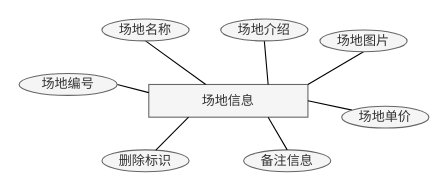
Earlier version of the draw.io diagram page "场地信息" (2 of 12) of 羽毛球er.drawio (194568/test1). Source tidied: cells renumbered, new cells numbered last; positions are measured from the earlier drawing's top-left corner, leaving out a move shared by most shapes. Both pictures are drawn from the tidied source at 109%, with x=0, y=0 at pixel (19, 19).
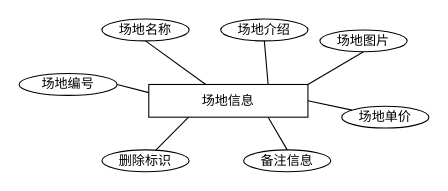
After the change.

Diff of the diagram source:
```diff
@@
 <mxGraphModel>
   <root>
     <mxCell id="0" />
     <mxCell id="1" parent="0" />
-    <mxCell id="2" value="场地信息" style="rounded=0;whiteSpace=wrap;html=1;fillColor=#f5f5f5;fontColor=#333333;strokeColor=#666666;" parent="1" vertex="1">
+    <mxCell id="2" value="场地信息" style="rounded=0;whiteSpace=wrap;html=1;" parent="1" vertex="1">
       <mxGeometry x="119" y="60" width="146" height="30" as="geometry" />
     </mxCell>
     <mxCell id="3" style="rounded=0;jettySize=auto;html=1;exitX=1;exitY=0.5;exitDx=0;exitDy=0;entryX=0;entryY=0.25;entryDx=0;entryDy=0;endArrow=none;endFill=0;" parent="1" edge="1" source="4" target="2">
       <mxGeometry relative="1" as="geometry" />
     </mxCell>
-    <mxCell id="4" value="场地编号" style="ellipse;whiteSpace=wrap;html=1;fillColor=#f5f5f5;fontColor=#333333;strokeColor=#666666;" parent="1" vertex="1">
+    <mxCell id="4" value="场地编号" style="ellipse;whiteSpace=wrap;html=1;" parent="1" vertex="1">
       <mxGeometry y="50" width="90" height="20" as="geometry" />
     </mxCell>
     <mxCell id="5" style="rounded=0;jettySize=auto;html=1;exitX=0.5;exitY=1;exitDx=0;exitDy=0;endArrow=none;endFill=0;" parent="1" edge="1" source="6" target="2">
       <mxGeometry relative="1" as="geometry" />
     </mxCell>
-    <mxCell id="6" value="场地名称" style="ellipse;whiteSpace=wrap;html=1;fillColor=#f5f5f5;fontColor=#333333;strokeColor=#666666;" parent="1" vertex="1">
+    <mxCell id="6" value="场地名称" style="ellipse;whiteSpace=wrap;html=1;" parent="1" vertex="1">
       <mxGeometry x="76" width="80" height="20" as="geometry" />
     </mxCell>
     <mxCell id="7" style="rounded=0;jettySize=auto;html=1;exitX=0.5;exitY=1;exitDx=0;exitDy=0;entryX=0.75;entryY=0;entryDx=0;entryDy=0;endArrow=none;endFill=0;" parent="1" edge="1" source="8" target="2">
       <mxGeometry relative="1" as="geometry" />
     </mxCell>
-    <mxCell id="8" value="场地介绍" style="ellipse;whiteSpace=wrap;html=1;fillColor=#f5f5f5;fontColor=#333333;strokeColor=#666666;" parent="1" vertex="1">
+    <mxCell id="8" value="场地介绍" style="ellipse;whiteSpace=wrap;html=1;" parent="1" vertex="1">
       <mxGeometry x="185" width="80" height="20" as="geometry" />
     </mxCell>
     <mxCell id="9" style="rounded=0;jettySize=auto;html=1;exitX=0.5;exitY=1;exitDx=0;exitDy=0;endArrow=none;endFill=0;entryX=1;entryY=0;entryDx=0;entryDy=0;" parent="1" edge="1" source="10" target="2">
       <mxGeometry relative="1" as="geometry" />
     </mxCell>
-    <mxCell id="10" value="场地图片" style="ellipse;whiteSpace=wrap;html=1;fillColor=#f5f5f5;fontColor=#333333;strokeColor=#666666;" parent="1" vertex="1">
+    <mxCell id="10" value="场地图片" style="ellipse;whiteSpace=wrap;html=1;" parent="1" vertex="1">
       <mxGeometry x="276" y="10" width="80" height="20" as="geometry" />
     </mxCell>
-    <mxCell id="11" value="备注信息" style="ellipse;whiteSpace=wrap;html=1;fillColor=#f5f5f5;fontColor=#333333;strokeColor=#666666;" parent="1" vertex="1">
+    <mxCell id="11" value="备注信息" style="ellipse;whiteSpace=wrap;html=1;" parent="1" vertex="1">
       <mxGeometry x="206" y="120" width="80" height="20" as="geometry" />
     </mxCell>
     <mxCell id="12" style="rounded=0;jettySize=auto;html=1;entryX=1;entryY=0.5;entryDx=0;entryDy=0;endArrow=none;endFill=0;" parent="1" edge="1" source="16" target="2">
       <mxGeometry relative="1" as="geometry" />
     </mxCell>
-    <mxCell id="13" value="删除标识" style="ellipse;whiteSpace=wrap;html=1;fillColor=#f5f5f5;fontColor=#333333;strokeColor=#666666;" parent="1" vertex="1">
+    <mxCell id="13" value="删除标识" style="ellipse;whiteSpace=wrap;html=1;" parent="1" vertex="1">
       <mxGeometry x="76" y="120" width="80" height="20" as="geometry" />
     </mxCell>
     <mxCell id="14" style="rounded=0;jettySize=auto;html=1;exitX=0.5;exitY=0;exitDx=0;exitDy=0;entryX=0.75;entryY=1;entryDx=0;entryDy=0;endArrow=none;endFill=0;" parent="1" edge="1" source="11" target="2">
       <mxGeometry relative="1" as="geometry" />
     </mxCell>
     <mxCell id="15" style="rounded=0;jettySize=auto;html=1;entryX=0.25;entryY=1;entryDx=0;entryDy=0;endArrow=none;endFill=0;" parent="1" edge="1" source="13" target="2">
       <mxGeometry relative="1" as="geometry" />
     </mxCell>
-    <mxCell id="16" value="场地单价" style="ellipse;whiteSpace=wrap;html=1;fillColor=#f5f5f5;fontColor=#333333;strokeColor=#666666;" parent="1" vertex="1">
+    <mxCell id="16" value="场地单价" style="ellipse;whiteSpace=wrap;html=1;" parent="1" vertex="1">
       <mxGeometry x="296" y="80" width="80" height="20" as="geometry" />
     </mxCell>
   </root>
 </mxGraphModel>
```
